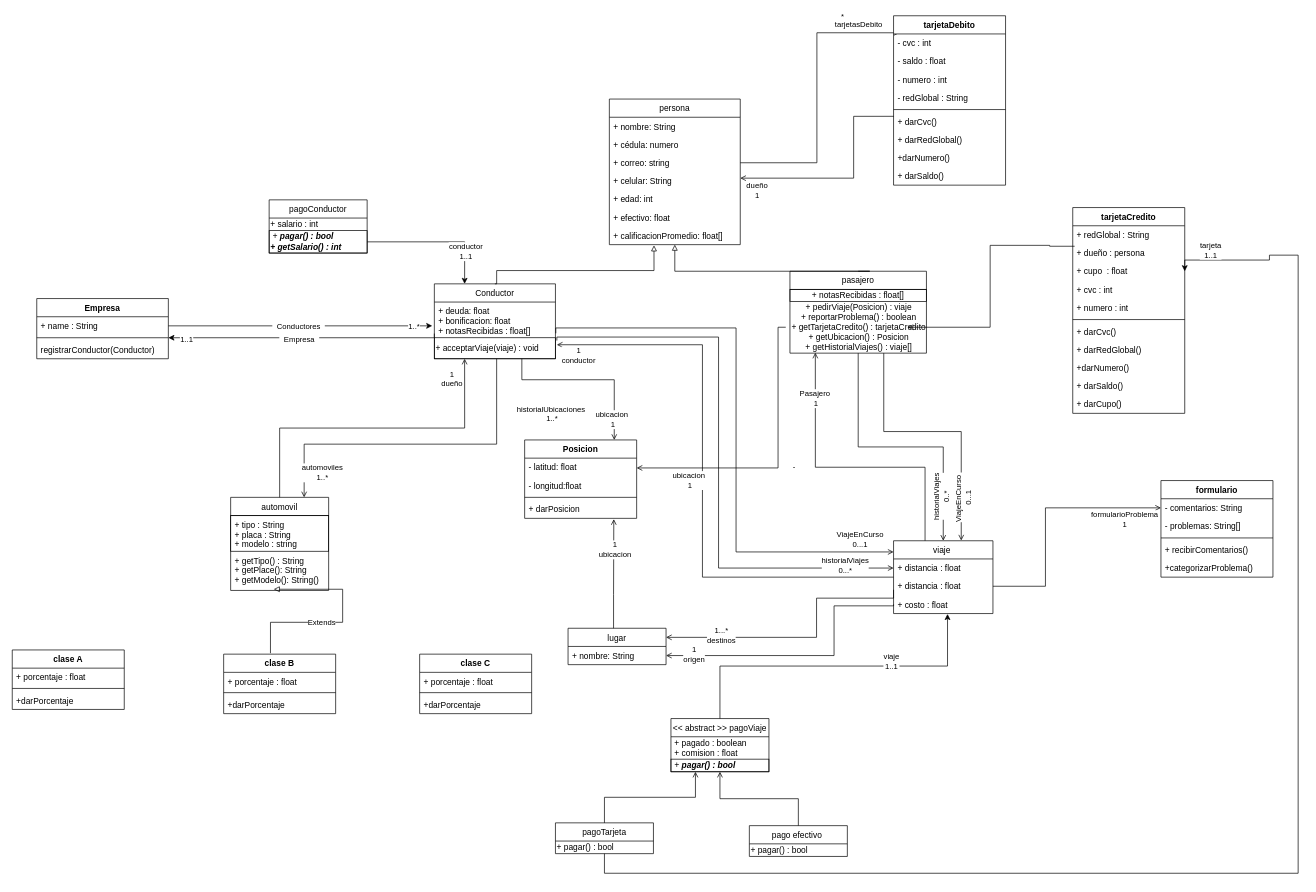
Earlier version of the draw.io diagram Untitled Diagram.drawio (DPOO2022-1-SEC04-G08/Taller2). Source tidied: cells renumbered, new cells numbered last; positions are measured from the earlier drawing's top-left corner, leaving out a move shared by most shapes. Both pictures are drawn from the tidied source at 70%, with x=0, y=0 at pixel (12, 15).
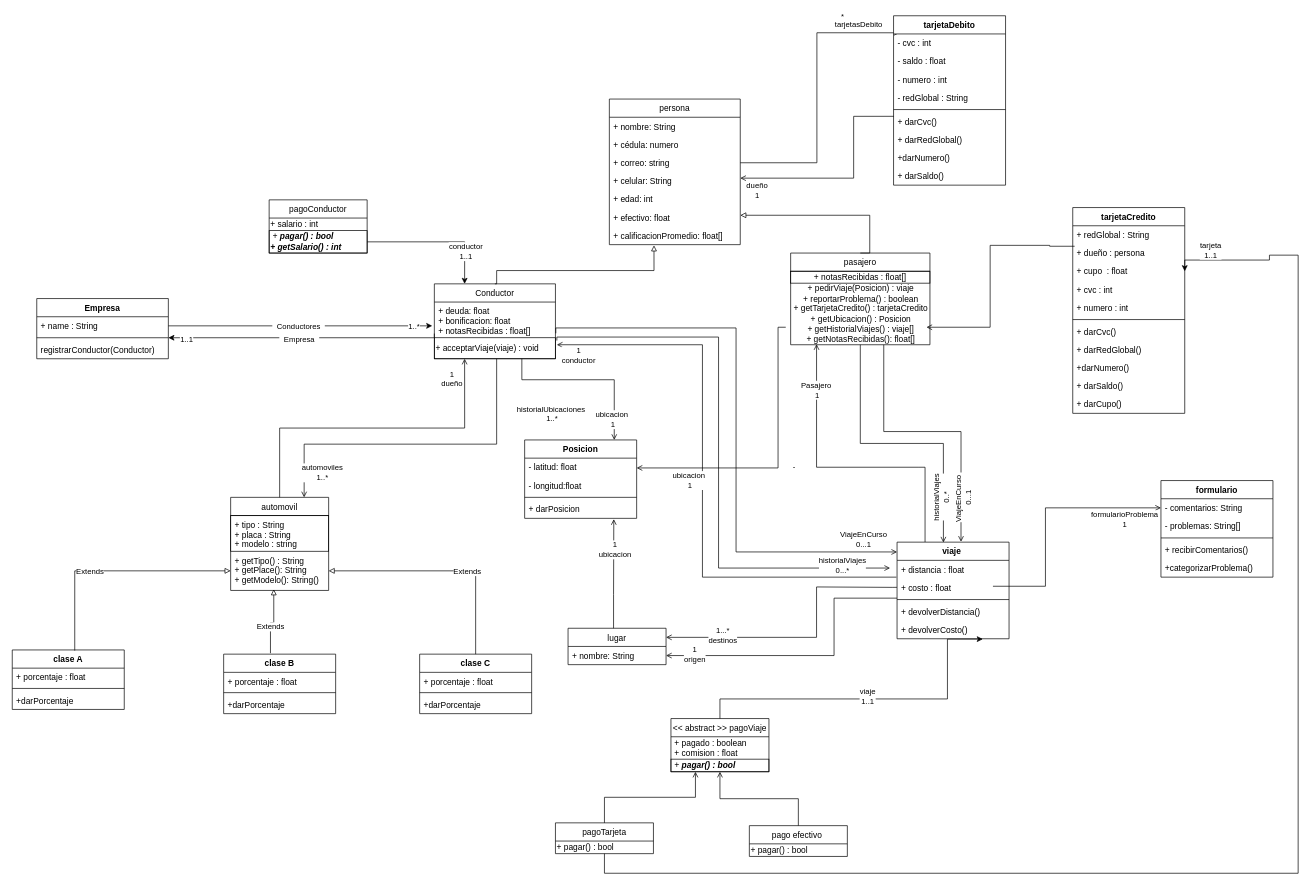
Above is the later version.

The change refers to these unchanged cells:
```xml
<mxCell id="16" value="+ efectivo: float" style="text;strokeColor=none;fillColor=none;align=left;verticalAlign=top;spacingLeft=4;spacingRight=4;overflow=hidden;points=[[0,0.5],[1,0.5]];portConstraint=eastwest;" parent="10" vertex="1">
  <mxGeometry y="156" width="187" height="26" as="geometry" />
</mxCell>
<mxCell id="17" value="+ calificacionPromedio: float[]" style="text;strokeColor=none;fillColor=none;align=left;verticalAlign=top;spacingLeft=4;spacingRight=4;overflow=hidden;points=[[0,0.5],[1,0.5]];portConstraint=eastwest;" parent="10" vertex="1">
  <mxGeometry y="182" width="187" height="26" as="geometry" />
</mxCell>
<mxCell id="37" value="+ deuda: float&#10;+ bonificacion: float&#10;+ notasRecibidas : float[]" style="text;strokeColor=none;fillColor=none;align=left;verticalAlign=top;spacingLeft=4;spacingRight=4;overflow=hidden;points=[[0,0.5],[1,0.5]];portConstraint=eastwest;" parent="36" vertex="1">
  <mxGeometry y="26" width="173" height="51" as="geometry" />
</mxCell>
<mxCell id="41" value="lugar" style="swimlane;fontStyle=0;horizontal=1;startSize=26;fillColor=none;" parent="1" vertex="1">
  <mxGeometry x="794" y="875" width="140" height="52" as="geometry" />
</mxCell>
<mxCell id="44" value="&lt;&lt; abstract &gt;&gt; pagoViaje" style="swimlane;fontStyle=0;horizontal=1;startSize=26;fillColor=none;" parent="1" vertex="1">
  <mxGeometry x="941" y="1004" width="140" height="76" as="geometry" />
</mxCell>
<mxCell id="51" value="+ getTipo() : String&#10;+ getPlace(): String&#10;+ getModelo(): String()" style="text;strokeColor=none;fillColor=none;align=left;verticalAlign=top;spacingLeft=4;spacingRight=4;overflow=hidden;points=[[0,0.5],[1,0.5]];portConstraint=eastwest;" parent="49" vertex="1">
  <mxGeometry y="77" width="140" height="56" as="geometry" />
</mxCell>
<mxCell id="132" value="clase A" style="swimlane;fontStyle=1;align=center;verticalAlign=top;horizontal=1;startSize=26;" parent="1" vertex="1">
  <mxGeometry y="906" width="160" height="85" as="geometry" />
</mxCell>
<mxCell id="136" value="clase B" style="swimlane;fontStyle=1;align=center;verticalAlign=top;horizontal=1;startSize=26;" parent="1" vertex="1">
  <mxGeometry x="302" y="912" width="160" height="85" as="geometry" />
</mxCell>
<mxCell id="140" value="clase C" style="swimlane;fontStyle=1;align=center;verticalAlign=top;horizontal=1;startSize=26;" parent="1" vertex="1">
  <mxGeometry x="582" y="912" width="160" height="85" as="geometry" />
</mxCell>
```

Diff of the diagram source:
```diff
@@
-    <mxCell id="2" style="edgeStyle=orthogonalEdgeStyle;rounded=0;jettySize=auto;html=1;endArrow=open;endFill=0;" parent="1" edge="1" source="6">
+    <mxCell id="2" style="edgeStyle=orthogonalEdgeStyle;rounded=0;jettySize=auto;html=1;endArrow=open;endFill=0;exitX=-0.006;exitY=0.923;exitDx=0;exitDy=0;exitPerimeter=0;" parent="1" edge="1" source="144">
       <mxGeometry relative="1" as="geometry">
         <mxPoint x="778" y="470" as="targetPoint" />
         <Array as="points">
           <mxPoint x="986" y="802" />
           <mxPoint x="986" y="470" />
-          <mxPoint x="778" y="470" />
         </Array>
       </mxGeometry>
     </mxCell>
@@
-    <mxCell id="4" style="edgeStyle=orthogonalEdgeStyle;rounded=0;jettySize=auto;html=1;endArrow=open;endFill=0;entryX=0.186;entryY=0.991;entryDx=0;entryDy=0;entryPerimeter=0;" parent="1" edge="1" source="6" target="27">
+    <mxCell id="4" style="edgeStyle=orthogonalEdgeStyle;rounded=0;jettySize=auto;html=1;endArrow=open;endFill=0;entryX=0.186;entryY=0.991;entryDx=0;entryDy=0;entryPerimeter=0;exitX=0.25;exitY=0;exitDx=0;exitDy=0;" parent="1" edge="1" source="6" target="27">
       <mxGeometry relative="1" as="geometry">
         <Array as="points">
-          <mxPoint x="1304" y="645" />
+          <mxPoint x="1294" y="645" />
           <mxPoint x="1147" y="645" />
-          <mxPoint x="1147" y="481" />
         </Array>
       </mxGeometry>
     </mxCell>
@@
-    <mxCell id="6" value="viaje " style="swimlane;fontStyle=0;horizontal=1;startSize=26;fillColor=none;" parent="1" vertex="1">
-      <mxGeometry x="1259" y="750" width="142" height="104" as="geometry" />
-    </mxCell>
-    <mxCell id="7" value="+ distancia : float" style="text;strokeColor=none;fillColor=none;align=left;verticalAlign=top;spacingLeft=4;spacingRight=4;overflow=hidden;points=[[0,0.5],[1,0.5]];portConstraint=eastwest;" parent="6" vertex="1">
-      <mxGeometry y="26" width="142" height="26" as="geometry" />
-    </mxCell>
-    <mxCell id="8" value="+ distancia : float" style="text;strokeColor=none;fillColor=none;align=left;verticalAlign=top;spacingLeft=4;spacingRight=4;overflow=hidden;points=[[0,0.5],[1,0.5]];portConstraint=eastwest;" parent="6" vertex="1">
-      <mxGeometry y="52" width="142" height="26" as="geometry" />
-    </mxCell>
-    <mxCell id="9" value="+ costo : float&#10;" style="text;strokeColor=none;fillColor=none;align=left;verticalAlign=top;spacingLeft=4;spacingRight=4;overflow=hidden;points=[[0,0.5],[1,0.5]];portConstraint=eastwest;" parent="6" vertex="1">
-      <mxGeometry y="78" width="142" height="26" as="geometry" />
-    </mxCell>
@@
-    <mxCell id="18" style="edgeStyle=orthogonalEdgeStyle;rounded=0;jettySize=auto;html=1;exitX=0.5;exitY=0;exitDx=0;exitDy=0;endArrow=block;endFill=0;strokeWidth=1;" parent="1" edge="1" source="25" target="17">
+    <mxCell id="18" style="edgeStyle=orthogonalEdgeStyle;rounded=0;jettySize=auto;html=1;exitX=0.5;exitY=0;exitDx=0;exitDy=0;endArrow=block;endFill=0;strokeWidth=1;" parent="1" edge="1" source="25" target="16">
       <mxGeometry relative="1" as="geometry">
         <Array as="points">
-          <mxPoint x="1225" y="365" />
-          <mxPoint x="947" y="365" />
+          <mxPoint x="1225" y="339" />
+          <mxPoint x="1225" y="285" />
         </Array>
       </mxGeometry>
     </mxCell>
-    <mxCell id="19" style="edgeStyle=orthogonalEdgeStyle;rounded=0;jettySize=auto;html=1;exitX=0.5;exitY=1;exitDx=0;exitDy=0;endArrow=open;endFill=0;" parent="1" edge="1" source="25" target="6">
+    <mxCell id="19" style="edgeStyle=orthogonalEdgeStyle;rounded=0;jettySize=auto;html=1;exitX=0.5;exitY=1;exitDx=0;exitDy=0;endArrow=open;endFill=0;entryX=0.414;entryY=0.004;entryDx=0;entryDy=0;entryPerimeter=0;" parent="1" edge="1" source="25" target="6">
       <mxGeometry relative="1" as="geometry" />
     </mxCell>
@@
-    <mxCell id="21" style="edgeStyle=orthogonalEdgeStyle;rounded=0;jettySize=auto;html=1;entryX=0.681;entryY=-0.003;entryDx=0;entryDy=0;entryPerimeter=0;endArrow=open;endFill=0;" parent="1" edge="1" source="25" target="6">
+    <mxCell id="21" style="edgeStyle=orthogonalEdgeStyle;rounded=0;jettySize=auto;html=1;entryX=0.571;entryY=-0.004;entryDx=0;entryDy=0;entryPerimeter=0;endArrow=open;endFill=0;" parent="1" edge="1" source="25" target="6">
       <mxGeometry relative="1" as="geometry">
         <Array as="points">
           <mxPoint x="1245" y="594" />
-          <mxPoint x="1356" y="594" />
+          <mxPoint x="1355" y="594" />
         </Array>
       </mxGeometry>
     </mxCell>
@@
     <mxCell id="25" value="pasajero" style="swimlane;fontStyle=0;horizontal=1;startSize=26;fillColor=none;" parent="1" vertex="1">
-      <mxGeometry x="1111" y="365" width="195" height="117" as="geometry" />
+      <mxGeometry x="1112" y="339" width="199" height="131" as="geometry" />
     </mxCell>
     <mxCell id="26" value="+ notasRecibidas : float[]" style="text;html=1;strokeColor=default;fillColor=none;align=center;verticalAlign=middle;whiteSpace=wrap;rounded=0;" parent="25" vertex="1">
-      <mxGeometry y="26" width="195" height="17" as="geometry" />
+      <mxGeometry y="26" width="199" height="17" as="geometry" />
     </mxCell>
-    <mxCell id="27" value="+ pedirViaje(Posicion) : viaje&lt;br&gt;&lt;span style=&quot;font-family: &amp;#34;helvetica&amp;#34; ; font-size: 12px ; font-style: normal ; font-weight: 400&quot;&gt;+ reportarProblema() : boolean&lt;br&gt;+ getTarjetaCredito() : tarjetaCredito&lt;br&gt;+ getUbicacion() : Posicion&lt;br&gt;+ getHistorialViajes() : viaje[]&lt;br&gt;&lt;/span&gt;" style="text;html=1;align=center;verticalAlign=middle;points=[];strokeColor=none;fillColor=none;" parent="25" vertex="1">
-      <mxGeometry y="43" width="195" height="74" as="geometry" />
+    <mxCell id="27" value="+ pedirViaje(Posicion) : viaje&lt;br&gt;&lt;span style=&quot;font-family: &amp;#34;helvetica&amp;#34; ; font-size: 12px ; font-style: normal ; font-weight: 400&quot;&gt;+ reportarProblema() : boolean&lt;br&gt;+ getTarjetaCredito() : tarjetaCredito&lt;br&gt;+ getUbicacion() : Posicion&lt;br&gt;+ getHistorialViajes() : viaje[]&lt;br&gt;+ getNotasRecibidas(): float[]&lt;br&gt;&lt;/span&gt;" style="text;html=1;align=center;verticalAlign=middle;points=[];strokeColor=none;fillColor=none;" parent="25" vertex="1">
+      <mxGeometry y="43" width="199" height="88" as="geometry" />
     </mxCell>
     <mxCell id="28" style="edgeStyle=orthogonalEdgeStyle;rounded=0;orthogonalLoop=1;jettySize=auto;html=1;endArrow=open;endFill=0;" parent="1" edge="1">
       <mxGeometry relative="1" as="geometry">
         <mxPoint x="1517.7" y="329.3" as="sourcePoint" />
-        <mxPoint x="1279" y="445" as="targetPoint" />
+        <mxPoint x="1306" y="445" as="targetPoint" />
         <Array as="points">
           <mxPoint x="1482" y="329" />
           <mxPoint x="1482" y="328" />
           <mxPoint x="1397" y="328" />
           <mxPoint x="1397" y="445" />
         </Array>
       </mxGeometry>
     </mxCell>
@@
-    <mxCell id="30" style="edgeStyle=orthogonalEdgeStyle;rounded=0;jettySize=auto;html=1;endArrow=open;endFill=0;exitX=1.003;exitY=0.875;exitDx=0;exitDy=0;exitPerimeter=0;" parent="1" edge="1" source="37" target="6">
+    <mxCell id="30" style="edgeStyle=orthogonalEdgeStyle;rounded=0;jettySize=auto;html=1;endArrow=open;endFill=0;exitX=1.003;exitY=0.875;exitDx=0;exitDy=0;exitPerimeter=0;entryX=0;entryY=0.102;entryDx=0;entryDy=0;entryPerimeter=0;" parent="1" edge="1" source="37" target="6">
       <mxGeometry relative="1" as="geometry">
         <Array as="points">
+          <mxPoint x="777" y="446" />
           <mxPoint x="1034" y="446" />
           <mxPoint x="1034" y="766" />
+          <mxPoint x="1255" y="766" />
         </Array>
       </mxGeometry>
     </mxCell>
@@
-    <mxCell id="43" style="edgeStyle=orthogonalEdgeStyle;rounded=0;jettySize=auto;html=1;exitX=0.5;exitY=0;exitDx=0;exitDy=0;entryX=0.543;entryY=1.023;entryDx=0;entryDy=0;entryPerimeter=0;" parent="1" edge="1" source="44" target="9">
-      <mxGeometry relative="1" as="geometry" />
+    <mxCell id="43" style="edgeStyle=orthogonalEdgeStyle;rounded=0;jettySize=auto;html=1;exitX=0.5;exitY=0;exitDx=0;exitDy=0;entryX=0.766;entryY=1.02;entryDx=0;entryDy=0;entryPerimeter=0;" parent="1" edge="1" source="44" target="147">
+      <mxGeometry relative="1" as="geometry">
+        <Array as="points">
+          <mxPoint x="1011" y="976" />
+          <mxPoint x="1336" y="976" />
+        </Array>
+      </mxGeometry>
     </mxCell>
@@
     <mxCell id="54" style="edgeStyle=orthogonalEdgeStyle;rounded=0;jettySize=auto;html=1;exitX=0.418;exitY=-0.016;exitDx=0;exitDy=0;entryX=0.44;entryY=0.969;entryDx=0;entryDy=0;entryPerimeter=0;endArrow=block;endFill=0;strokeWidth=1;exitPerimeter=0;" parent="1" edge="1" source="136" target="51">
-      <mxGeometry relative="1" as="geometry" />
+      <mxGeometry relative="1" as="geometry">
+        <Array as="points">
+          <mxPoint x="369" y="867" />
+          <mxPoint x="374" y="867" />
+        </Array>
+      </mxGeometry>
     </mxCell>
@@
-    <mxCell id="64" style="edgeStyle=orthogonalEdgeStyle;rounded=0;jettySize=auto;html=1;endArrow=open;endFill=0;entryX=1;entryY=0.25;entryDx=0;entryDy=0;" parent="1" edge="1" target="41">
+    <mxCell id="64" style="edgeStyle=orthogonalEdgeStyle;rounded=0;jettySize=auto;html=1;endArrow=open;endFill=0;entryX=1;entryY=0.25;entryDx=0;entryDy=0;exitX=-0.001;exitY=0.483;exitDx=0;exitDy=0;exitPerimeter=0;" parent="1" edge="1" source="9" target="41">
       <mxGeometry relative="1" as="geometry">
-        <mxPoint x="1259" y="820" as="sourcePoint" />
         <Array as="points">
-          <mxPoint x="1259" y="832" />
-          <mxPoint x="1149" y="832" />
+          <mxPoint x="1257" y="817" />
+          <mxPoint x="1149" y="816" />
           <mxPoint x="1149" y="888" />
         </Array>
       </mxGeometry>
     </mxCell>
@@
-    <mxCell id="66" style="edgeStyle=orthogonalEdgeStyle;rounded=0;jettySize=auto;html=1;exitX=0;exitY=0.5;exitDx=0;exitDy=0;endArrow=open;endFill=0;entryX=1;entryY=0.75;entryDx=0;entryDy=0;" parent="1" edge="1" source="9" target="41">
+    <mxCell id="66" style="edgeStyle=orthogonalEdgeStyle;rounded=0;jettySize=auto;html=1;endArrow=open;endFill=0;entryX=1;entryY=0.75;entryDx=0;entryDy=0;" parent="1" edge="1" target="41">
       <mxGeometry relative="1" as="geometry">
+        <mxPoint x="1264" y="832" as="sourcePoint" />
         <Array as="points">
-          <mxPoint x="1259" y="843" />
-          <mxPoint x="1174" y="843" />
+          <mxPoint x="1174" y="832" />
           <mxPoint x="1174" y="914" />
         </Array>
       </mxGeometry>
     </mxCell>
@@
-    <mxCell id="76" style="edgeStyle=orthogonalEdgeStyle;rounded=0;jettySize=auto;html=1;exitX=1;exitY=0.5;exitDx=0;exitDy=0;endArrow=open;endFill=0;entryX=0;entryY=0.5;entryDx=0;entryDy=0;" parent="1" edge="1" source="8">
+    <mxCell id="76" style="edgeStyle=orthogonalEdgeStyle;rounded=0;orthogonalLoop=1;jettySize=auto;html=1;exitX=1.004;exitY=0.177;exitDx=0;exitDy=0;endArrow=open;endFill=0;entryX=0;entryY=0.5;entryDx=0;entryDy=0;exitPerimeter=0;" parent="1" edge="1">
       <mxGeometry relative="1" as="geometry">
+        <mxPoint x="1401" y="815" as="sourcePoint" />
         <mxPoint x="1641" y="703" as="targetPoint" />
         <Array as="points">
           <mxPoint x="1476" y="815" />
           <mxPoint x="1476" y="703" />
         </Array>
       </mxGeometry>
     </mxCell>
@@
-    <mxCell id="78" style="edgeStyle=orthogonalEdgeStyle;rounded=0;jettySize=auto;html=1;entryX=0;entryY=0.5;entryDx=0;entryDy=0;endArrow=open;endFill=0;" parent="1" edge="1" target="7">
+    <mxCell id="78" style="edgeStyle=orthogonalEdgeStyle;rounded=0;orthogonalLoop=1;jettySize=auto;html=1;entryX=0.002;entryY=0.504;entryDx=0;entryDy=0;endArrow=open;endFill=0;entryPerimeter=0;" parent="1" edge="1">
       <mxGeometry relative="1" as="geometry">
         <mxPoint x="778" y="464" as="sourcePoint" />
+        <mxPoint x="1254" y="789" as="targetPoint" />
         <Array as="points">
           <mxPoint x="778" y="459" />
           <mxPoint x="1009" y="459" />
           <mxPoint x="1009" y="789" />
         </Array>
       </mxGeometry>
     </mxCell>
@@
     <mxCell id="90" value="viaje&lt;br&gt;1..1" style="edgeLabel;html=1;align=center;verticalAlign=middle;" parent="1" vertex="1">
-      <mxGeometry x="1254" y="932" as="geometry">
+      <mxGeometry x="1220" y="982" as="geometry">
         <mxPoint x="1" y="-10" as="offset" />
       </mxGeometry>
     </mxCell>
@@
+    <mxCell id="6" value="viaje " style="swimlane;fontStyle=1;align=center;verticalAlign=top;horizontal=1;startSize=26;" parent="1" vertex="1">
+      <mxGeometry x="1264" y="752" width="160" height="138" as="geometry" />
+    </mxCell>
+    <mxCell id="144" value="+ distancia : float" style="text;strokeColor=none;fillColor=none;align=left;verticalAlign=top;spacingLeft=4;spacingRight=4;overflow=hidden;points=[[0,0.5],[1,0.5]];portConstraint=eastwest;" parent="6" vertex="1">
+      <mxGeometry y="26" width="160" height="26" as="geometry" />
+    </mxCell>
+    <mxCell id="9" value="+ costo : float&#10;" style="text;strokeColor=none;fillColor=none;align=left;verticalAlign=top;spacingLeft=4;spacingRight=4;overflow=hidden;points=[[0,0.5],[1,0.5]];portConstraint=eastwest;" parent="6" vertex="1">
+      <mxGeometry y="52" width="160" height="26" as="geometry" />
+    </mxCell>
+    <mxCell id="145" style="line;strokeWidth=1;fillColor=none;align=left;verticalAlign=middle;spacingTop=-1;spacingLeft=3;spacingRight=3;labelPosition=right;" parent="6" vertex="1">
+      <mxGeometry y="78" width="160" height="8" as="geometry" />
+    </mxCell>
+    <mxCell id="146" value="+ devolverDistancia()" style="text;strokeColor=none;fillColor=none;align=left;verticalAlign=top;spacingLeft=4;spacingRight=4;overflow=hidden;" parent="6" vertex="1">
+      <mxGeometry y="86" width="160" height="26" as="geometry" />
+    </mxCell>
+    <mxCell id="147" value="+ devolverCosto()" style="text;strokeColor=none;fillColor=none;align=left;verticalAlign=top;spacingLeft=4;spacingRight=4;overflow=hidden;points=[[0,0.5],[1,0.5]];portConstraint=eastwest;" parent="6" vertex="1">
+      <mxGeometry y="112" width="160" height="26" as="geometry" />
+    </mxCell>
+    <mxCell id="148" style="edgeStyle=orthogonalEdgeStyle;rounded=0;jettySize=auto;html=1;exitX=0.558;exitY=0.011;exitDx=0;exitDy=0;entryX=0;entryY=0.5;entryDx=0;entryDy=0;endArrow=block;endFill=0;strokeWidth=1;exitPerimeter=0;" parent="1" edge="1" source="132" target="51">
+      <mxGeometry relative="1" as="geometry">
+        <Array as="points">
+          <mxPoint x="89" y="793" />
+        </Array>
+      </mxGeometry>
+    </mxCell>
+    <mxCell id="149" value="Extends" style="edgeLabel;html=1;align=center;verticalAlign=middle;" parent="148" vertex="1">
+      <mxGeometry x="-0.2" relative="1" as="geometry" />
+    </mxCell>
+    <mxCell id="150" style="edgeStyle=orthogonalEdgeStyle;rounded=0;jettySize=auto;html=1;exitX=0.5;exitY=0;exitDx=0;exitDy=0;entryX=1;entryY=0.5;entryDx=0;entryDy=0;endArrow=block;endFill=0;strokeWidth=1;" parent="1" edge="1" source="140" target="51">
+      <mxGeometry relative="1" as="geometry">
+        <Array as="points">
+          <mxPoint x="662" y="793" />
+        </Array>
+      </mxGeometry>
+    </mxCell>
+    <mxCell id="151" value="Extends" style="edgeLabel;html=1;align=center;verticalAlign=middle;" parent="150" vertex="1">
+      <mxGeometry x="-0.2" relative="1" as="geometry" />
+    </mxCell>
```
